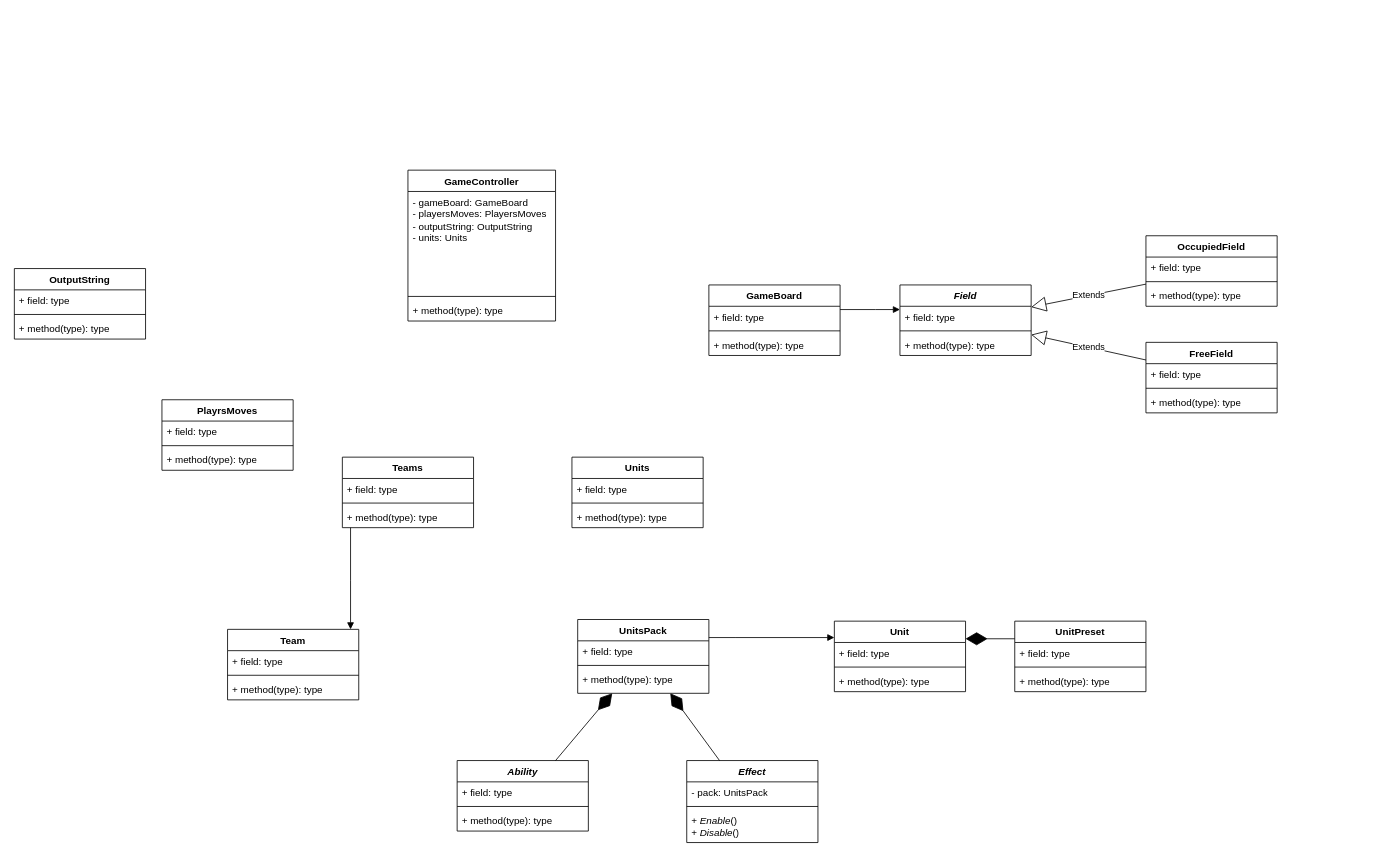
The draw.io diagram Started classes uml diagrams.drawio in Reelap13/Battle-from-Heroes, before the edit. Source tidied: cells renumbered, new cells numbered last; positions are measured from the earlier drawing's top-left corner, leaving out a move shared by most shapes. Both pictures are drawn from the tidied source at 82%, with x=0, y=0 at pixel (14, 170).
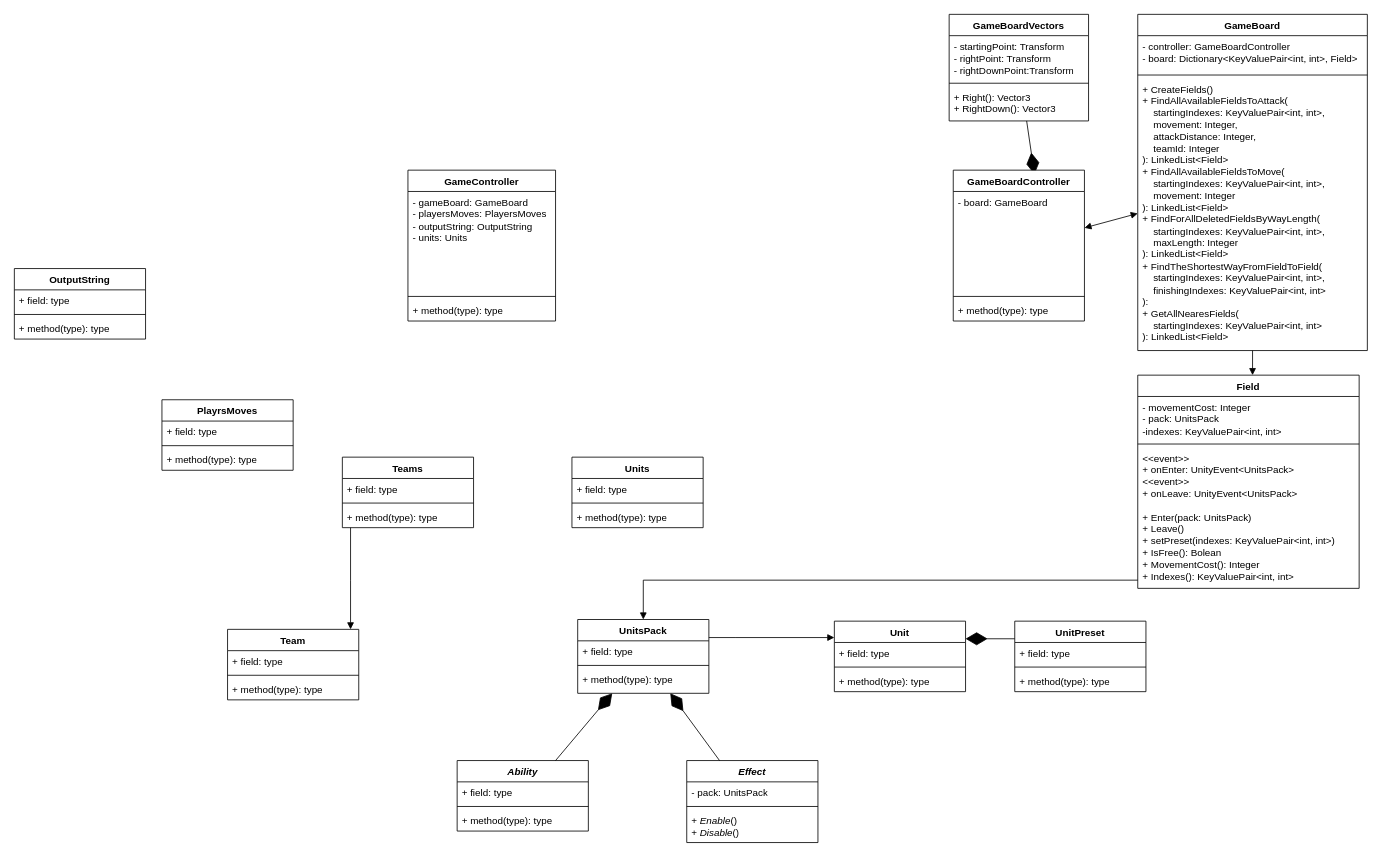
The same page after the edit.

The change refers to these unchanged cells:
```xml
<mxCell id="22" value="UnitsPack" style="swimlane;fontStyle=1;align=center;verticalAlign=top;horizontal=1;startSize=26;whiteSpace=wrap;html=1;" parent="1" vertex="1">
  <mxGeometry x="687" y="548" width="160" height="90" as="geometry" />
</mxCell>
```

Change to the diagram source:
```diff
@@
     <mxCell id="6" value="GameBoard&lt;br&gt;" style="swimlane;fontStyle=1;align=center;verticalAlign=top;horizontal=1;startSize=26;whiteSpace=wrap;html=1;" parent="1" vertex="1">
-      <mxGeometry x="847" y="140" width="160" height="86" as="geometry" />
+      <mxGeometry x="1370" y="-190" width="280" height="410" as="geometry" />
     </mxCell>
-    <mxCell id="7" value="+ field: type" style="text;strokeColor=none;fillColor=none;align=left;verticalAlign=top;spacingLeft=4;spacingRight=4;overflow=hidden;whiteSpace=wrap;html=1;" parent="6" vertex="1">
-      <mxGeometry y="26" width="160" height="26" as="geometry" />
+    <mxCell id="7" value="- controller: GameBoardController&lt;br&gt;- board:&amp;nbsp;Dictionary&amp;lt;KeyValuePair&amp;lt;int, int&amp;gt;, Field&amp;gt;" style="text;strokeColor=none;fillColor=none;align=left;verticalAlign=top;spacingLeft=4;spacingRight=4;overflow=hidden;whiteSpace=wrap;html=1;" parent="6" vertex="1">
+      <mxGeometry y="26" width="280" height="44" as="geometry" />
     </mxCell>
     <mxCell id="8" style="line;strokeWidth=1;fillColor=none;align=left;verticalAlign=middle;spacingTop=-1;spacingLeft=3;spacingRight=3;labelPosition=right;strokeColor=inherit;" parent="6" vertex="1">
-      <mxGeometry y="52" width="160" height="8" as="geometry" />
+      <mxGeometry y="70" width="280" height="8" as="geometry" />
     </mxCell>
-    <mxCell id="9" value="+ method(type): type" style="text;strokeColor=none;fillColor=none;align=left;verticalAlign=top;spacingLeft=4;spacingRight=4;overflow=hidden;whiteSpace=wrap;html=1;" parent="6" vertex="1">
-      <mxGeometry y="60" width="160" height="26" as="geometry" />
+    <mxCell id="9" value="+&amp;nbsp;CreateFields()&lt;br&gt;+&amp;nbsp;FindAllAvailableFieldsToAttack(&lt;br&gt;&lt;span style=&quot;&quot;&gt;&lt;span style=&quot;&quot;&gt;&amp;nbsp;&amp;nbsp;&amp;nbsp;&amp;nbsp;&lt;/span&gt;&lt;/span&gt;startingIndexes: KeyValuePair&amp;lt;int, int&amp;gt;, &lt;br&gt;&lt;span style=&quot;&quot;&gt;&lt;span style=&quot;&quot;&gt;&amp;nbsp;&amp;nbsp;&amp;nbsp;&amp;nbsp;&lt;/span&gt;&lt;/span&gt;movement: Integer,&lt;br&gt;&lt;span style=&quot;&quot;&gt;&lt;span style=&quot;&quot;&gt;&amp;nbsp;&amp;nbsp;&amp;nbsp;&amp;nbsp;&lt;/span&gt;&lt;/span&gt;attackDistance: Integer,&lt;br&gt;&lt;span style=&quot;&quot;&gt;&lt;span style=&quot;&quot;&gt;&amp;nbsp;&amp;nbsp;&amp;nbsp;&amp;nbsp;&lt;/span&gt;&lt;/span&gt;teamId: Integer&lt;br&gt;):&amp;nbsp;LinkedList&amp;lt;Field&amp;gt;&lt;br&gt;+&amp;nbsp;FindAllAvailableFieldsToMove(&lt;br style=&quot;border-color: var(--border-color);&quot;&gt;&amp;nbsp;&amp;nbsp;&amp;nbsp;&amp;nbsp;startingIndexes: KeyValuePair&amp;lt;int, int&amp;gt;,&lt;br style=&quot;border-color: var(--border-color);&quot;&gt;&lt;span style=&quot;border-color: var(--border-color);&quot;&gt;&amp;nbsp;&amp;nbsp;&amp;nbsp;&amp;nbsp;&lt;/span&gt;movement: Integer&lt;br&gt;):&amp;nbsp;LinkedList&amp;lt;Field&amp;gt;&lt;br&gt;+&amp;nbsp;FindForAllDeletedFieldsByWayLength(&lt;br style=&quot;border-color: var(--border-color);&quot;&gt;&amp;nbsp;&amp;nbsp;&amp;nbsp;&amp;nbsp;startingIndexes: KeyValuePair&amp;lt;int, int&amp;gt;,&lt;br style=&quot;border-color: var(--border-color);&quot;&gt;&amp;nbsp;&amp;nbsp;&amp;nbsp;&amp;nbsp;maxLength: Integer&lt;br&gt;):&amp;nbsp;LinkedList&amp;lt;Field&amp;gt;&lt;br&gt;+&amp;nbsp;FindTheShortestWayFromFieldToField(&lt;br style=&quot;border-color: var(--border-color);&quot;&gt;&amp;nbsp;&amp;nbsp;&amp;nbsp;&amp;nbsp;startingIndexes: KeyValuePair&amp;lt;int, int&amp;gt;,&lt;br style=&quot;border-color: var(--border-color);&quot;&gt;&amp;nbsp;&amp;nbsp;&amp;nbsp;&amp;nbsp;finishingIndexes: KeyValuePair&amp;lt;int, int&amp;gt;&lt;br&gt;):&amp;nbsp;&lt;br&gt;+&amp;nbsp;GetAllNearesFields(&lt;br style=&quot;border-color: var(--border-color);&quot;&gt;&amp;nbsp;&amp;nbsp;&amp;nbsp;&amp;nbsp;startingIndexes: KeyValuePair&amp;lt;int, int&amp;gt;&lt;br&gt;):&amp;nbsp;LinkedList&amp;lt;Field&amp;gt;&lt;br&gt;" style="text;strokeColor=none;fillColor=none;align=left;verticalAlign=top;spacingLeft=4;spacingRight=4;overflow=hidden;whiteSpace=wrap;html=1;" parent="6" vertex="1">
+      <mxGeometry y="78" width="280" height="332" as="geometry" />
     </mxCell>
@@
-    <mxCell id="40" value="&lt;i&gt;Field&lt;/i&gt;" style="swimlane;fontStyle=1;align=center;verticalAlign=top;horizontal=1;startSize=26;whiteSpace=wrap;html=1;" parent="1" vertex="1">
-      <mxGeometry x="1080" y="140" width="160" height="86" as="geometry" />
+    <mxCell id="40" value="Field" style="swimlane;fontStyle=1;align=center;verticalAlign=top;horizontal=1;startSize=26;whiteSpace=wrap;html=1;" parent="1" vertex="1">
+      <mxGeometry x="1370" y="250" width="270" height="260" as="geometry" />
     </mxCell>
-    <mxCell id="41" value="+ field: type" style="text;strokeColor=none;fillColor=none;align=left;verticalAlign=top;spacingLeft=4;spacingRight=4;overflow=hidden;whiteSpace=wrap;html=1;" parent="40" vertex="1">
-      <mxGeometry y="26" width="160" height="26" as="geometry" />
+    <mxCell id="41" value="- movementCost: Integer&lt;br&gt;- pack: UnitsPack&lt;br&gt;-indexes: KeyValuePair&amp;lt;int, int&amp;gt;" style="text;strokeColor=none;fillColor=none;align=left;verticalAlign=top;spacingLeft=4;spacingRight=4;overflow=hidden;whiteSpace=wrap;html=1;" parent="40" vertex="1">
+      <mxGeometry y="26" width="270" height="54" as="geometry" />
     </mxCell>
     <mxCell id="42" style="line;strokeWidth=1;fillColor=none;align=left;verticalAlign=middle;spacingTop=-1;spacingLeft=3;spacingRight=3;labelPosition=right;strokeColor=inherit;" parent="40" vertex="1">
-      <mxGeometry y="52" width="160" height="8" as="geometry" />
+      <mxGeometry y="80" width="270" height="8" as="geometry" />
     </mxCell>
-    <mxCell id="43" value="+ method(type): type" style="text;strokeColor=none;fillColor=none;align=left;verticalAlign=top;spacingLeft=4;spacingRight=4;overflow=hidden;whiteSpace=wrap;html=1;" parent="40" vertex="1">
-      <mxGeometry y="60" width="160" height="26" as="geometry" />
+    <mxCell id="43" value="&amp;lt;&amp;lt;event&amp;gt;&amp;gt;&lt;br&gt;+ onEnter: UnityEvent&amp;lt;UnitsPack&amp;gt;&lt;br&gt;&amp;lt;&amp;lt;event&amp;gt;&amp;gt;&lt;br style=&quot;border-color: var(--border-color);&quot;&gt;+ onLeave: UnityEvent&amp;lt;UnitsPack&amp;gt;&lt;br&gt;&lt;br&gt;+ Enter(pack: UnitsPack)&amp;nbsp;&lt;br&gt;+ Leave()&lt;br style=&quot;border-color: var(--border-color);&quot;&gt;+ setPreset(indexes: KeyValuePair&amp;lt;int, int&amp;gt;)&lt;br&gt;+ IsFree(): Bolean&lt;br&gt;+ MovementCost(): Integer&lt;br&gt;+ Indexes(): KeyValuePair&amp;lt;int, int&amp;gt;" style="text;strokeColor=none;fillColor=none;align=left;verticalAlign=top;spacingLeft=4;spacingRight=4;overflow=hidden;whiteSpace=wrap;html=1;" parent="40" vertex="1">
+      <mxGeometry y="88" width="270" height="172" as="geometry" />
     </mxCell>
@@
-    <mxCell id="49" value="FreeField" style="swimlane;fontStyle=1;align=center;verticalAlign=top;horizontal=1;startSize=26;whiteSpace=wrap;html=1;" parent="1" vertex="1">
-      <mxGeometry x="1380" y="210" width="160" height="86" as="geometry" />
-    </mxCell>
-    <mxCell id="50" value="+ field: type" style="text;strokeColor=none;fillColor=none;align=left;verticalAlign=top;spacingLeft=4;spacingRight=4;overflow=hidden;whiteSpace=wrap;html=1;" parent="49" vertex="1">
-      <mxGeometry y="26" width="160" height="26" as="geometry" />
-    </mxCell>
-    <mxCell id="51" style="line;strokeWidth=1;fillColor=none;align=left;verticalAlign=middle;spacingTop=-1;spacingLeft=3;spacingRight=3;labelPosition=right;strokeColor=inherit;" parent="49" vertex="1">
-      <mxGeometry y="52" width="160" height="8" as="geometry" />
-    </mxCell>
-    <mxCell id="52" value="+ method(type): type" style="text;strokeColor=none;fillColor=none;align=left;verticalAlign=top;spacingLeft=4;spacingRight=4;overflow=hidden;whiteSpace=wrap;html=1;" parent="49" vertex="1">
-      <mxGeometry y="60" width="160" height="26" as="geometry" />
-    </mxCell>
-    <mxCell id="53" value="OccupiedField" style="swimlane;fontStyle=1;align=center;verticalAlign=top;horizontal=1;startSize=26;whiteSpace=wrap;html=1;" parent="1" vertex="1">
-      <mxGeometry x="1380" y="80" width="160" height="86" as="geometry" />
-    </mxCell>
-    <mxCell id="54" value="+ field: type" style="text;strokeColor=none;fillColor=none;align=left;verticalAlign=top;spacingLeft=4;spacingRight=4;overflow=hidden;whiteSpace=wrap;html=1;" parent="53" vertex="1">
-      <mxGeometry y="26" width="160" height="26" as="geometry" />
-    </mxCell>
-    <mxCell id="55" style="line;strokeWidth=1;fillColor=none;align=left;verticalAlign=middle;spacingTop=-1;spacingLeft=3;spacingRight=3;labelPosition=right;strokeColor=inherit;" parent="53" vertex="1">
-      <mxGeometry y="52" width="160" height="8" as="geometry" />
-    </mxCell>
-    <mxCell id="56" value="+ method(type): type" style="text;strokeColor=none;fillColor=none;align=left;verticalAlign=top;spacingLeft=4;spacingRight=4;overflow=hidden;whiteSpace=wrap;html=1;" parent="53" vertex="1">
-      <mxGeometry y="60" width="160" height="26" as="geometry" />
-    </mxCell>
-    <mxCell id="57" value="Extends" style="endArrow=block;endSize=16;endFill=0;html=1;rounded=0;exitX=0;exitY=0.25;exitDx=0;exitDy=0;" parent="1" edge="1" source="49" target="40">
-      <mxGeometry relative="1" as="geometry" />
-    </mxCell>
-    <mxCell id="58" value="Extends" style="endArrow=block;endSize=16;endFill=0;html=1;rounded=0;" parent="1" edge="1" source="53" target="40">
-      <mxGeometry relative="1" as="geometry" />
-    </mxCell>
@@
-    <mxCell id="60" style="html=1;verticalAlign=bottom;endArrow=block;edgeStyle=elbowEdgeStyle;elbow=vertical;curved=0;rounded=0;" parent="1" edge="1" source="6" target="40">
+    <mxCell id="60" style="html=1;verticalAlign=bottom;endArrow=block;edgeStyle=elbowEdgeStyle;elbow=horizontal;curved=0;rounded=0;" parent="1" edge="1" source="6" target="40">
       <mxGeometry relative="1" as="geometry">
         <Array as="points">
-          <mxPoint x="1050" y="170" />
+          <mxPoint x="1510" y="280" />
         </Array>
       </mxGeometry>
     </mxCell>
@@
+    <mxCell id="70" style="html=1;verticalAlign=bottom;endArrow=block;edgeStyle=elbowEdgeStyle;elbow=vertical;curved=0;rounded=0;" parent="1" edge="1" source="40" target="22">
+      <mxGeometry relative="1" as="geometry">
+        <Array as="points">
+          <mxPoint x="1100" y="500" />
+        </Array>
+      </mxGeometry>
+    </mxCell>
+    <mxCell id="71" value="GameBoardVectors&lt;br&gt;" style="swimlane;fontStyle=1;align=center;verticalAlign=top;horizontal=1;startSize=26;whiteSpace=wrap;html=1;" parent="1" vertex="1">
+      <mxGeometry x="1140" y="-190" width="170" height="130" as="geometry" />
+    </mxCell>
+    <mxCell id="72" value="- startingPoint: Transform&lt;br&gt;- rightPoint: Transform&lt;br&gt;- rightDownPoint:Transform" style="text;strokeColor=none;fillColor=none;align=left;verticalAlign=top;spacingLeft=4;spacingRight=4;overflow=hidden;whiteSpace=wrap;html=1;" parent="71" vertex="1">
+      <mxGeometry y="26" width="170" height="54" as="geometry" />
+    </mxCell>
+    <mxCell id="73" style="line;strokeWidth=1;fillColor=none;align=left;verticalAlign=middle;spacingTop=-1;spacingLeft=3;spacingRight=3;labelPosition=right;strokeColor=inherit;" parent="71" vertex="1">
+      <mxGeometry y="80" width="170" height="8" as="geometry" />
+    </mxCell>
+    <mxCell id="74" value="+ Right(): Vector3&lt;br&gt;+ RightDown(): Vector3" style="text;strokeColor=none;fillColor=none;align=left;verticalAlign=top;spacingLeft=4;spacingRight=4;overflow=hidden;whiteSpace=wrap;html=1;" parent="71" vertex="1">
+      <mxGeometry y="88" width="170" height="42" as="geometry" />
+    </mxCell>
+    <mxCell id="75" style="endArrow=diamondThin;endFill=1;endSize=24;html=1;rounded=0;entryX=0.619;entryY=0.028;entryDx=0;entryDy=0;entryPerimeter=0;" parent="1" edge="1" source="71" target="76">
+      <mxGeometry relative="1" as="geometry" />
+    </mxCell>
+    <mxCell id="76" value="GameBoardController&lt;br&gt;" style="swimlane;fontStyle=1;align=center;verticalAlign=top;horizontal=1;startSize=26;whiteSpace=wrap;html=1;" parent="1" vertex="1">
+      <mxGeometry x="1145" width="160" height="184" as="geometry" />
+    </mxCell>
+    <mxCell id="77" value="- board: GameBoard" style="text;strokeColor=none;fillColor=none;align=left;verticalAlign=top;spacingLeft=4;spacingRight=4;overflow=hidden;whiteSpace=wrap;html=1;" parent="76" vertex="1">
+      <mxGeometry y="26" width="160" height="124" as="geometry" />
+    </mxCell>
+    <mxCell id="78" style="line;strokeWidth=1;fillColor=none;align=left;verticalAlign=middle;spacingTop=-1;spacingLeft=3;spacingRight=3;labelPosition=right;strokeColor=inherit;" parent="76" vertex="1">
+      <mxGeometry y="150" width="160" height="8" as="geometry" />
+    </mxCell>
+    <mxCell id="79" value="+ method(type): type" style="text;strokeColor=none;fillColor=none;align=left;verticalAlign=top;spacingLeft=4;spacingRight=4;overflow=hidden;whiteSpace=wrap;html=1;" parent="76" vertex="1">
+      <mxGeometry y="158" width="160" height="26" as="geometry" />
+    </mxCell>
+    <mxCell id="80" style="endArrow=block;startArrow=block;endFill=1;startFill=1;html=1;rounded=0;" parent="1" edge="1" source="76" target="6">
+      <mxGeometry relative="1" as="geometry" />
+    </mxCell>
```
